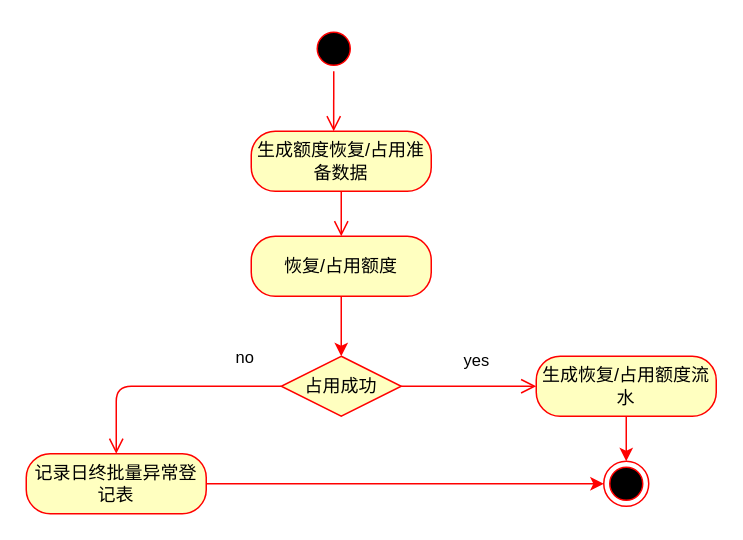
Before: 未命名绘图11111.drawio in MinDaHu/UML, a draw.io diagram. Source tidied: cells renumbered, new cells numbered last; positions are measured from the earlier drawing's top-left corner, leaving out a move shared by most shapes. Both pictures are drawn from the tidied source at 150%, with x=0, y=0 at pixel (26, 26).
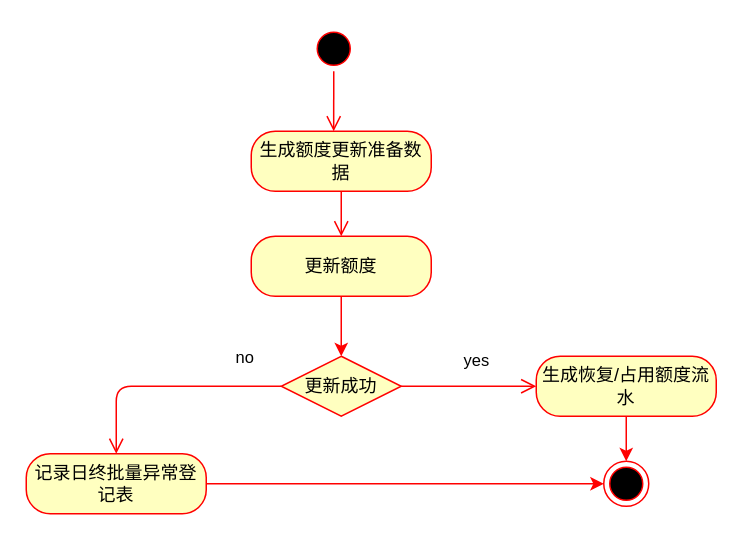
Above is the later version.

Commit message (it also covers changes not shown here):
更新未命名绘图11111.drawio

Diff of the diagram source:
```diff
@@
 <mxGraphModel>
   <root>
     <mxCell id="0" />
     <mxCell id="1" parent="0" />
     <mxCell id="2" style="ellipse;html=1;shape=startState;fillColor=#000000;strokeColor=#ff0000;" parent="1" vertex="1">
       <mxGeometry x="190" width="30" height="30" as="geometry" />
     </mxCell>
     <mxCell id="3" style="edgeStyle=orthogonalEdgeStyle;html=1;verticalAlign=bottom;endArrow=open;endSize=8;strokeColor=#ff0000;entryX=0.458;entryY=0;entryDx=0;entryDy=0;entryPerimeter=0;" parent="1" edge="1" source="2" target="4">
       <mxGeometry relative="1" as="geometry" />
     </mxCell>
-    <mxCell id="4" value="生成额度恢复/占用准备数据" style="rounded=1;whiteSpace=wrap;html=1;arcSize=40;fontColor=#000000;fillColor=#ffffc0;strokeColor=#ff0000;" parent="1" vertex="1">
+    <mxCell id="4" value="生成额度更新准备数据" style="rounded=1;whiteSpace=wrap;html=1;arcSize=40;fontColor=#000000;fillColor=#ffffc0;strokeColor=#ff0000;" parent="1" vertex="1">
       <mxGeometry x="150" y="70" width="120" height="40" as="geometry" />
     </mxCell>
     <mxCell id="5" style="edgeStyle=orthogonalEdgeStyle;html=1;verticalAlign=bottom;endArrow=open;endSize=8;strokeColor=#ff0000;entryX=0.5;entryY=0;entryDx=0;entryDy=0;exitX=0.5;exitY=1;exitDx=0;exitDy=0;" parent="1" edge="1" source="4" target="7">
       <mxGeometry relative="1" as="geometry" />
     </mxCell>
     <mxCell id="6" style="edgeStyle=orthogonalEdgeStyle;rounded=0;jettySize=auto;html=1;entryX=0.5;entryY=0;entryDx=0;entryDy=0;strokeColor=#FF0000;align=left;" parent="1" edge="1" source="7" target="8">
       <mxGeometry relative="1" as="geometry">
         <Array as="points">
           <mxPoint x="210" y="210" />
           <mxPoint x="210" y="210" />
         </Array>
       </mxGeometry>
     </mxCell>
-    <mxCell id="7" value="恢复/占用额度" style="rounded=1;whiteSpace=wrap;html=1;arcSize=40;fontColor=#000000;fillColor=#ffffc0;strokeColor=#ff0000;" parent="1" vertex="1">
+    <mxCell id="7" value="更新额度" style="rounded=1;whiteSpace=wrap;html=1;arcSize=40;fontColor=#000000;fillColor=#ffffc0;strokeColor=#ff0000;" parent="1" vertex="1">
       <mxGeometry x="150" y="140" width="120" height="40" as="geometry" />
     </mxCell>
-    <mxCell id="8" value="占用成功" style="rhombus;whiteSpace=wrap;html=1;fillColor=#ffffc0;strokeColor=#ff0000;" parent="1" vertex="1">
+    <mxCell id="8" value="更新成功" style="rhombus;whiteSpace=wrap;html=1;fillColor=#ffffc0;strokeColor=#ff0000;" parent="1" vertex="1">
       <mxGeometry x="170" y="220" width="80" height="40" as="geometry" />
     </mxCell>
     <mxCell id="9" value="no" style="edgeStyle=orthogonalEdgeStyle;html=1;align=left;verticalAlign=bottom;endArrow=open;endSize=8;strokeColor=#ff0000;entryX=0.5;entryY=0;entryDx=0;entryDy=0;" parent="1" edge="1" source="8" target="14">
       <mxGeometry x="-0.59" y="-10" relative="1" as="geometry" />
     </mxCell>
     <mxCell id="10" value="yes" style="edgeStyle=orthogonalEdgeStyle;html=1;align=left;verticalAlign=top;endArrow=open;endSize=8;strokeColor=#ff0000;" parent="1" edge="1" source="8" target="12">
       <mxGeometry x="-0.11" y="30" relative="1" as="geometry" />
     </mxCell>
     <mxCell id="11" style="edgeStyle=orthogonalEdgeStyle;rounded=0;jettySize=auto;html=1;fillColor=#f8cecc;strokeColor=#FF0000;exitX=0.5;exitY=1;exitDx=0;exitDy=0;" parent="1" edge="1" source="12" target="15">
       <mxGeometry relative="1" as="geometry" />
     </mxCell>
     <mxCell id="12" value="生成恢复/占用额度流水" style="rounded=1;whiteSpace=wrap;html=1;arcSize=40;fontColor=#000000;fillColor=#ffffc0;strokeColor=#ff0000;" parent="1" vertex="1">
       <mxGeometry x="340" y="220" width="120" height="40" as="geometry" />
     </mxCell>
     <mxCell id="13" style="edgeStyle=orthogonalEdgeStyle;rounded=0;jettySize=auto;html=1;entryX=0;entryY=0.5;entryDx=0;entryDy=0;strokeColor=#FF0000;align=left;" parent="1" edge="1" source="14" target="15">
       <mxGeometry relative="1" as="geometry" />
     </mxCell>
     <mxCell id="14" value="记录日终批量异常登记表" style="rounded=1;whiteSpace=wrap;html=1;arcSize=40;fontColor=#000000;fillColor=#ffffc0;strokeColor=#ff0000;" parent="1" vertex="1">
       <mxGeometry y="285" width="120" height="40" as="geometry" />
     </mxCell>
     <mxCell id="15" style="ellipse;html=1;shape=endState;fillColor=#000000;strokeColor=#ff0000;" parent="1" vertex="1">
       <mxGeometry x="385" y="290" width="30" height="30" as="geometry" />
     </mxCell>
   </root>
 </mxGraphModel>
```
